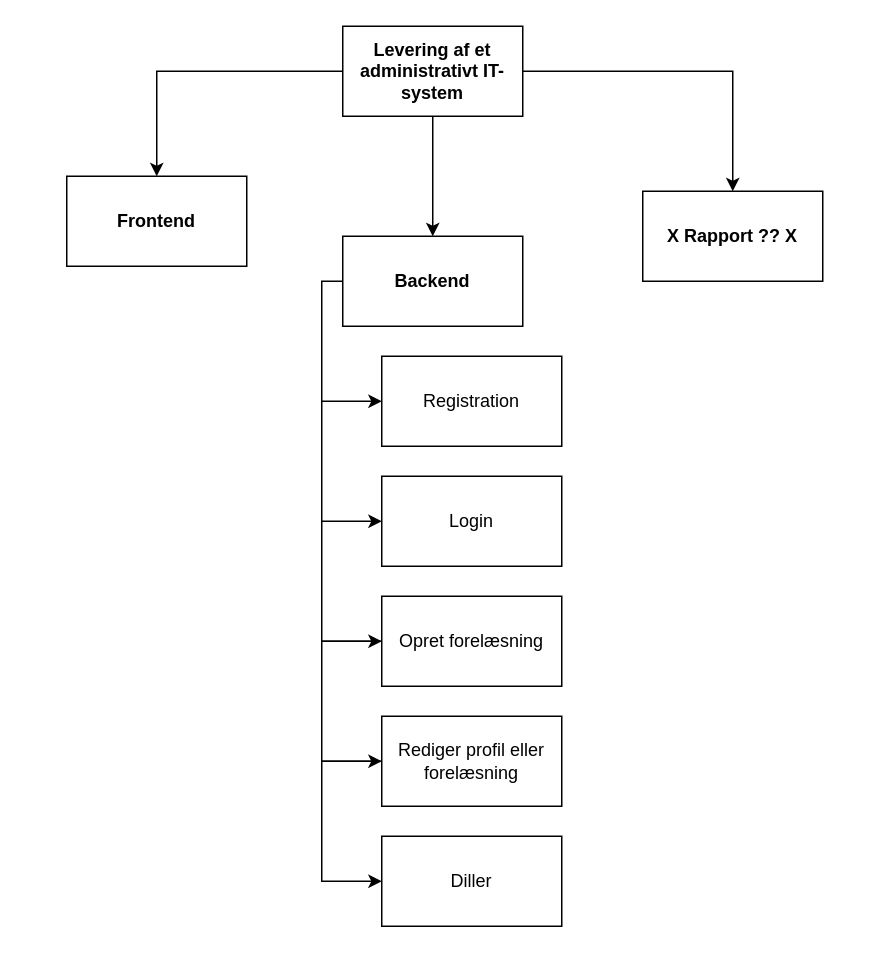
This is PBS ITP Diagram.drawio from ChrisMJAndre/GruppeProjekt-2, a draw.io file, before an edit. Source tidied: cells renumbered, new cells numbered last; positions are measured from the earlier drawing's top-left corner, leaving out a move shared by most shapes. Both pictures are drawn from the tidied source at 150%, with x=0, y=0 at pixel (66, 26).
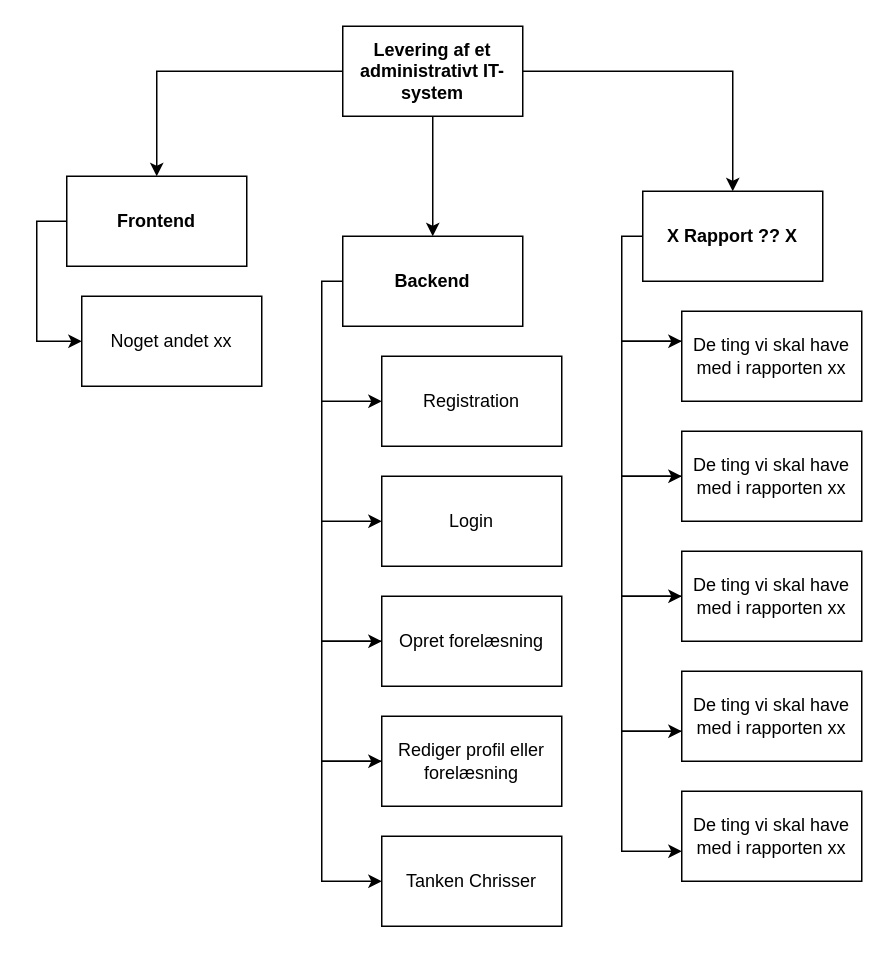
Above is the later version.

The change refers to these unchanged cells:
```xml
<mxCell id="6" value="&lt;b&gt;X Rapport ?? X&lt;/b&gt;" style="rounded=0;whiteSpace=wrap;html=1;" parent="1" vertex="1">
  <mxGeometry x="384" y="110" width="120" height="60" as="geometry" />
</mxCell>
<mxCell id="18" value="&lt;b&gt;Frontend&lt;/b&gt;" style="rounded=0;whiteSpace=wrap;html=1;" parent="1" vertex="1">
  <mxGeometry y="100" width="120" height="60" as="geometry" />
</mxCell>
```

Change to the diagram source:
```diff
@@
+    <mxCell id="19" style="edgeStyle=orthogonalEdgeStyle;rounded=0;jettySize=auto;html=1;" parent="1" edge="1" source="6" target="21">
+      <mxGeometry relative="1" as="geometry">
+        <Array as="points">
+          <mxPoint x="370" y="140" />
+          <mxPoint x="370" y="210" />
+        </Array>
+      </mxGeometry>
+    </mxCell>
@@
+    <mxCell id="20" style="edgeStyle=orthogonalEdgeStyle;rounded=0;jettySize=auto;html=1;" parent="1" edge="1" source="21" target="23">
+      <mxGeometry relative="1" as="geometry">
+        <Array as="points">
+          <mxPoint x="370" y="210" />
+          <mxPoint x="370" y="300" />
+        </Array>
+      </mxGeometry>
+    </mxCell>
+    <mxCell id="21" value="De ting vi skal have med i rapporten xx" style="rounded=0;whiteSpace=wrap;html=1;" parent="1" vertex="1">
+      <mxGeometry x="410" y="190" width="120" height="60" as="geometry" />
+    </mxCell>
+    <mxCell id="22" style="edgeStyle=orthogonalEdgeStyle;rounded=0;jettySize=auto;html=1;" parent="1" edge="1" source="23" target="25">
+      <mxGeometry relative="1" as="geometry">
+        <Array as="points">
+          <mxPoint x="370" y="300" />
+          <mxPoint x="370" y="380" />
+        </Array>
+      </mxGeometry>
+    </mxCell>
+    <mxCell id="23" value="De ting vi skal have med i rapporten xx" style="rounded=0;whiteSpace=wrap;html=1;" parent="1" vertex="1">
+      <mxGeometry x="410" y="270" width="120" height="60" as="geometry" />
+    </mxCell>
+    <mxCell id="24" style="edgeStyle=orthogonalEdgeStyle;rounded=0;jettySize=auto;html=1;" parent="1" edge="1" source="25" target="27">
+      <mxGeometry relative="1" as="geometry">
+        <Array as="points">
+          <mxPoint x="370" y="380" />
+          <mxPoint x="370" y="470" />
+        </Array>
+      </mxGeometry>
+    </mxCell>
+    <mxCell id="25" value="De ting vi skal have med i rapporten xx" style="rounded=0;whiteSpace=wrap;html=1;" parent="1" vertex="1">
+      <mxGeometry x="410" y="350" width="120" height="60" as="geometry" />
+    </mxCell>
+    <mxCell id="26" style="edgeStyle=orthogonalEdgeStyle;rounded=0;jettySize=auto;html=1;" parent="1" edge="1" source="27" target="28">
+      <mxGeometry relative="1" as="geometry">
+        <Array as="points">
+          <mxPoint x="370" y="470" />
+          <mxPoint x="370" y="550" />
+        </Array>
+      </mxGeometry>
+    </mxCell>
+    <mxCell id="27" value="De ting vi skal have med i rapporten xx" style="rounded=0;whiteSpace=wrap;html=1;" parent="1" vertex="1">
+      <mxGeometry x="410" y="430" width="120" height="60" as="geometry" />
+    </mxCell>
+    <mxCell id="28" value="De ting vi skal have med i rapporten xx" style="rounded=0;whiteSpace=wrap;html=1;" parent="1" vertex="1">
+      <mxGeometry x="410" y="510" width="120" height="60" as="geometry" />
+    </mxCell>
@@
-    <mxCell id="17" value="Diller" style="rounded=0;whiteSpace=wrap;html=1;" parent="1" vertex="1">
+    <mxCell id="17" value="Tanken Chrisser" style="rounded=0;whiteSpace=wrap;html=1;" parent="1" vertex="1">
       <mxGeometry x="210" y="540" width="120" height="60" as="geometry" />
     </mxCell>
+    <mxCell id="29" style="edgeStyle=orthogonalEdgeStyle;rounded=0;jettySize=auto;html=1;" parent="1" edge="1" source="18" target="30">
+      <mxGeometry relative="1" as="geometry">
+        <Array as="points">
+          <mxPoint x="-20" y="130" />
+          <mxPoint x="-20" y="210" />
+        </Array>
+      </mxGeometry>
+    </mxCell>
@@
+    <mxCell id="30" value="Noget andet xx" style="rounded=0;whiteSpace=wrap;html=1;" parent="1" vertex="1">
+      <mxGeometry x="10" y="180" width="120" height="60" as="geometry" />
+    </mxCell>
```
